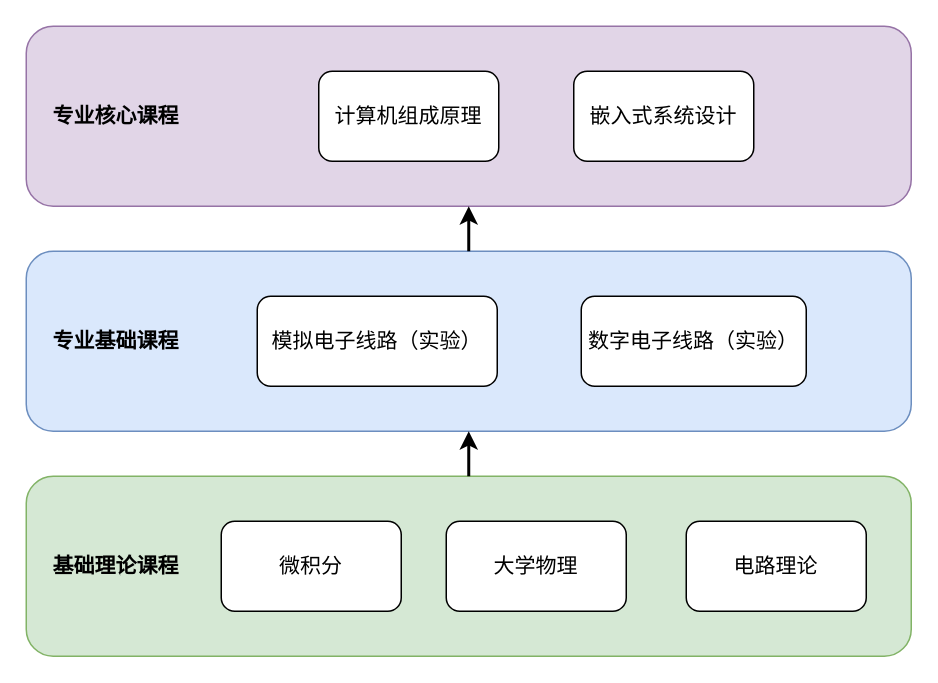
Earlier version of the draw.io diagram 教学结构图.drawio (zeandon/draw.io). Source tidied: cells renumbered, new cells numbered last; positions are measured from the earlier drawing's top-left corner, leaving out a move shared by most shapes. Both pictures are drawn from the tidied source at 150%, with x=0, y=0 at pixel (26, 26).
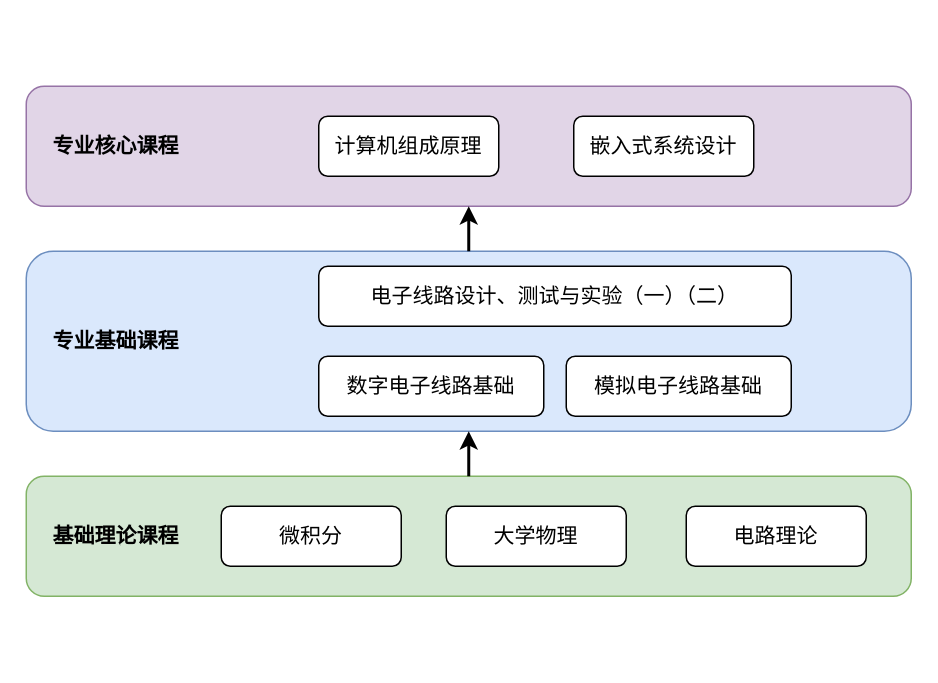
The same page after the edit.

Commit message:
更新教学结构图.drawio

The edit, as a diff of the source:
```diff
@@
 <mxGraphModel>
   <root>
     <mxCell id="0" />
     <mxCell id="1" parent="0" />
     <mxCell id="2" style="rounded=1;whiteSpace=wrap;html=1;fillColor=#e1d5e7;strokeColor=#9673a6;" parent="1" vertex="1">
-      <mxGeometry width="590" height="120" as="geometry" />
+      <mxGeometry y="40" width="590" height="80" as="geometry" />
     </mxCell>
     <mxCell id="3" style="rounded=1;whiteSpace=wrap;html=1;fillColor=#dae8fc;strokeColor=#6c8ebf;" parent="1" vertex="1">
       <mxGeometry y="150" width="590" height="120" as="geometry" />
     </mxCell>
     <mxCell id="4" style="rounded=1;whiteSpace=wrap;html=1;fillColor=#d5e8d4;strokeColor=#82b366;" parent="1" vertex="1">
-      <mxGeometry y="300" width="590" height="120" as="geometry" />
+      <mxGeometry y="300" width="590" height="80" as="geometry" />
     </mxCell>
-    <mxCell id="5" value="模拟电子线路（实验）" style="rounded=1;whiteSpace=wrap;html=1;fontSize=14;" parent="1" vertex="1">
-      <mxGeometry x="154" y="180" width="160" height="60" as="geometry" />
+    <mxCell id="5" value="电子线路设计、测试与实验（一）（二）" style="rounded=1;whiteSpace=wrap;html=1;fontSize=14;" parent="1" vertex="1">
+      <mxGeometry x="195" y="160" width="315" height="40" as="geometry" />
     </mxCell>
-    <mxCell id="6" value="数字电子线路（实验）" style="rounded=1;whiteSpace=wrap;html=1;fontSize=14;" parent="1" vertex="1">
-      <mxGeometry x="370" y="180" width="150" height="60" as="geometry" />
+    <mxCell id="6" value="数字电子线路基础" style="rounded=1;whiteSpace=wrap;html=1;fontSize=14;" parent="1" vertex="1">
+      <mxGeometry x="195" y="220" width="150" height="40" as="geometry" />
     </mxCell>
     <mxCell id="7" value="微积分" style="rounded=1;whiteSpace=wrap;html=1;fontSize=14;" parent="1" vertex="1">
-      <mxGeometry x="130" y="330" width="120" height="60" as="geometry" />
+      <mxGeometry x="130" y="320" width="120" height="40" as="geometry" />
     </mxCell>
     <mxCell id="8" value="大学物理" style="rounded=1;whiteSpace=wrap;html=1;fontSize=14;" parent="1" vertex="1">
-      <mxGeometry x="280" y="330" width="120" height="60" as="geometry" />
+      <mxGeometry x="280" y="320" width="120" height="40" as="geometry" />
     </mxCell>
     <mxCell id="9" value="电路理论" style="rounded=1;whiteSpace=wrap;html=1;fontSize=14;" parent="1" vertex="1">
-      <mxGeometry x="440" y="330" width="120" height="60" as="geometry" />
+      <mxGeometry x="440" y="320" width="120" height="40" as="geometry" />
     </mxCell>
     <mxCell id="10" value="嵌入式系统设计" style="rounded=1;whiteSpace=wrap;html=1;fontSize=14;" parent="1" vertex="1">
-      <mxGeometry x="365" y="30" width="120" height="60" as="geometry" />
+      <mxGeometry x="365" y="60" width="120" height="40" as="geometry" />
     </mxCell>
     <mxCell id="11" value="计算机组成原理" style="rounded=1;whiteSpace=wrap;html=1;fontSize=14;" parent="1" vertex="1">
-      <mxGeometry x="195" y="30" width="120" height="60" as="geometry" />
+      <mxGeometry x="195" y="60" width="120" height="40" as="geometry" />
     </mxCell>
     <mxCell id="12" value="基础理论课程" style="text;html=1;whiteSpace=wrap;strokeColor=none;fillColor=none;align=center;verticalAlign=middle;rounded=0;fontSize=14;fontStyle=1;" parent="1" vertex="1">
-      <mxGeometry x="10" y="345" width="100" height="30" as="geometry" />
+      <mxGeometry x="10" y="325" width="100" height="30" as="geometry" />
     </mxCell>
     <mxCell id="13" value="专业基础课程" style="text;html=1;whiteSpace=wrap;strokeColor=none;fillColor=none;align=center;verticalAlign=middle;rounded=0;fontSize=14;fontStyle=1;" parent="1" vertex="1">
       <mxGeometry x="10" y="195" width="100" height="30" as="geometry" />
     </mxCell>
     <mxCell id="14" value="专业核心课程" style="text;html=1;whiteSpace=wrap;strokeColor=none;fillColor=none;align=center;verticalAlign=middle;rounded=0;fontSize=14;fontStyle=1;" parent="1" vertex="1">
-      <mxGeometry x="10" y="45" width="100" height="30" as="geometry" />
+      <mxGeometry x="10" y="65" width="100" height="30" as="geometry" />
     </mxCell>
     <mxCell id="15" style="endArrow=classic;html=1;rounded=0;exitX=0.5;exitY=0;exitDx=0;exitDy=0;entryX=0.5;entryY=1;entryDx=0;entryDy=0;strokeWidth=2;" parent="1" edge="1" source="3" target="2">
       <mxGeometry relative="1" as="geometry" />
     </mxCell>
     <mxCell id="16" style="endArrow=classic;html=1;rounded=0;exitX=0.5;exitY=0;exitDx=0;exitDy=0;entryX=0.5;entryY=1;entryDx=0;entryDy=0;strokeWidth=2;" parent="1" edge="1" source="4" target="3">
       <mxGeometry relative="1" as="geometry" />
     </mxCell>
+    <mxCell id="17" value="模拟电子线路基础" style="rounded=1;whiteSpace=wrap;html=1;fontSize=14;" parent="1" vertex="1">
+      <mxGeometry x="360" y="220" width="150" height="40" as="geometry" />
+    </mxCell>
   </root>
 </mxGraphModel>
```
